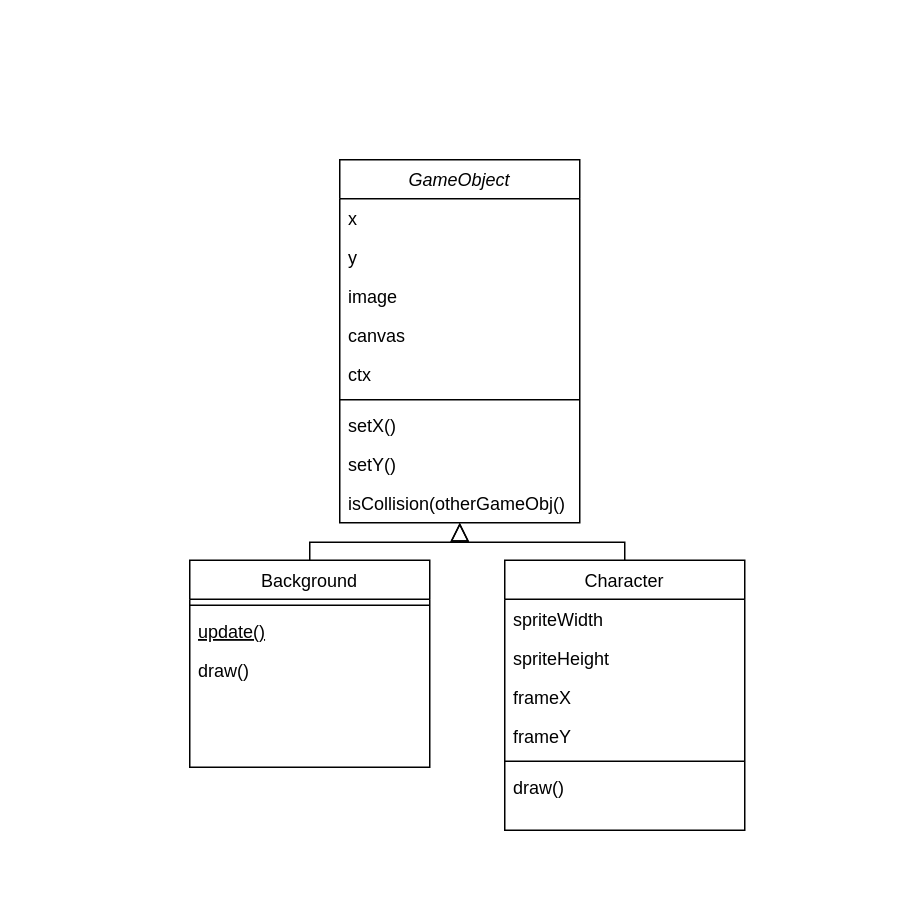
This is classDiagram.drawio from nighthawkcoders/teacher_portfolio, a draw.io file, before an edit. Source tidied: cells renumbered, new cells numbered last; positions are measured from the earlier drawing's top-left corner, leaving out a move shared by most shapes. Both pictures are drawn from the tidied source at 150%, with x=0, y=0 at pixel (189, 159).
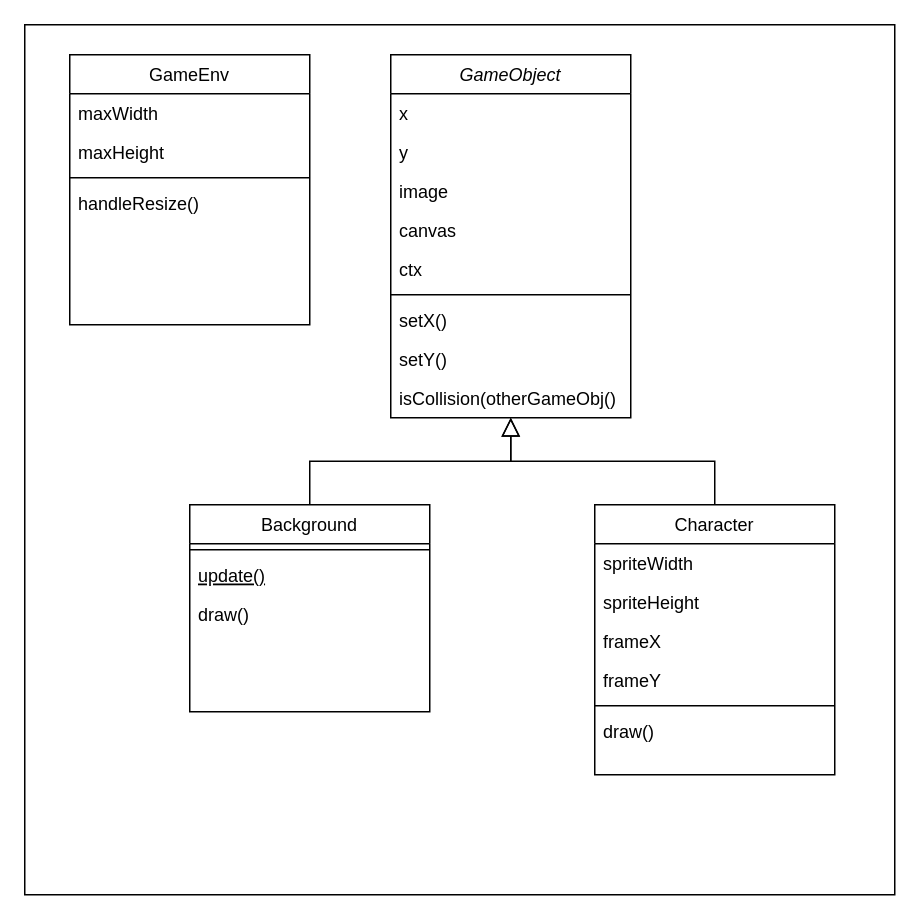
The same page after the edit.

Diff of the diagram source:
```diff
@@
+    <mxCell id="25" style="whiteSpace=wrap;html=1;" parent="1" vertex="1">
+      <mxGeometry x="-110" y="-90" width="580" height="580" as="geometry" />
+    </mxCell>
     <mxCell id="2" value="GameObject" style="swimlane;fontStyle=2;align=center;verticalAlign=top;horizontal=1;startSize=26;rounded=0;shadow=0;strokeWidth=1;" parent="1" vertex="1">
-      <mxGeometry x="100" width="160" height="242" as="geometry" />
+      <mxGeometry x="134" y="-70" width="160" height="242" as="geometry" />
     </mxCell>
@@
     <mxCell id="12" value="Background" style="swimlane;fontStyle=0;align=center;verticalAlign=top;horizontal=1;startSize=26;rounded=0;shadow=0;strokeWidth=1;" parent="1" vertex="1">
-      <mxGeometry y="267" width="160" height="138" as="geometry" />
+      <mxGeometry y="230" width="160" height="138" as="geometry" />
     </mxCell>
@@
     <mxCell id="17" value="Character" style="swimlane;fontStyle=0;align=center;verticalAlign=top;horizontal=1;startSize=26;rounded=0;shadow=0;strokeWidth=1;" parent="1" vertex="1">
-      <mxGeometry x="210" y="267" width="160" height="180" as="geometry" />
+      <mxGeometry x="270" y="230" width="160" height="180" as="geometry" />
     </mxCell>
@@
+    <mxCell id="26" value="GameEnv" style="swimlane;fontStyle=0;align=center;verticalAlign=top;horizontal=1;startSize=26;rounded=0;shadow=0;strokeWidth=1;" parent="1" vertex="1">
+      <mxGeometry x="-80" y="-70" width="160" height="180" as="geometry" />
+    </mxCell>
+    <mxCell id="27" value="maxWidth" style="text;align=left;verticalAlign=top;spacingLeft=4;spacingRight=4;overflow=hidden;" parent="26" vertex="1">
+      <mxGeometry y="26" width="160" height="26" as="geometry" />
+    </mxCell>
+    <mxCell id="28" value="maxHeight" style="text;align=left;verticalAlign=top;spacingLeft=4;spacingRight=4;overflow=hidden;" parent="26" vertex="1">
+      <mxGeometry y="52" width="160" height="26" as="geometry" />
+    </mxCell>
+    <mxCell id="29" style="line;html=1;strokeWidth=1;align=left;verticalAlign=middle;spacingTop=-1;spacingLeft=3;spacingRight=3;labelPosition=right;" parent="26" vertex="1">
+      <mxGeometry y="78" width="160" height="8" as="geometry" />
+    </mxCell>
+    <mxCell id="30" value="handleResize()" style="text;align=left;verticalAlign=top;spacingLeft=4;spacingRight=4;overflow=hidden;" parent="26" vertex="1">
+      <mxGeometry y="86" width="160" height="26" as="geometry" />
+    </mxCell>
```
